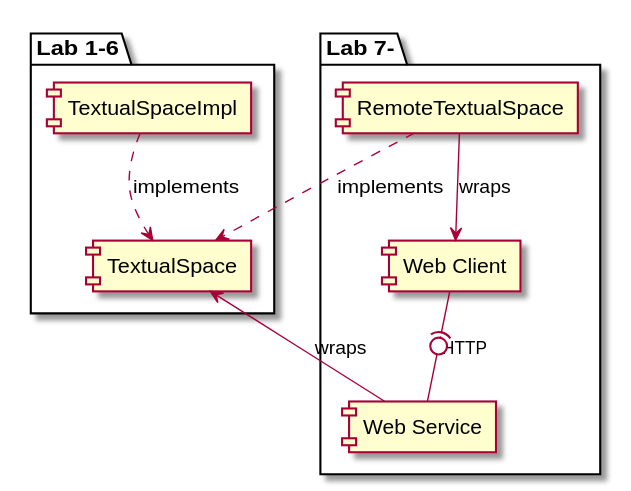
Earlier version of the PlantUML export img/whole-picture.svg (pikalab-unibo/sd-lab-ws).
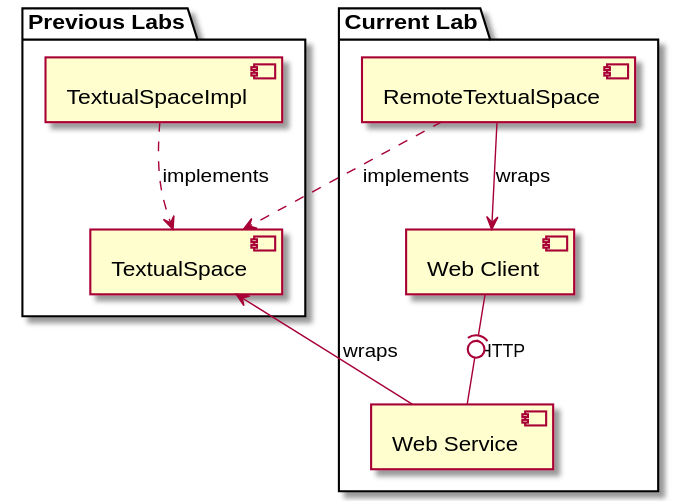
After the change.

Diff of the diagram source:
```diff
@@ -1,8 +1,8 @@
 @startuml
-package "Lab 1-6" {
+package "Previous Labs" {
   [TextualSpaceImpl] ..> [TextualSpace]: implements
 }
-package "Lab 7-" {
+package "Current Lab" {
 [TextualSpace] <-- [Web Service]: wraps
 [Web Client] -(0- [Web Service] : HTTP
 [RemoteTextualSpace] --> [Web Client]: wraps
```
